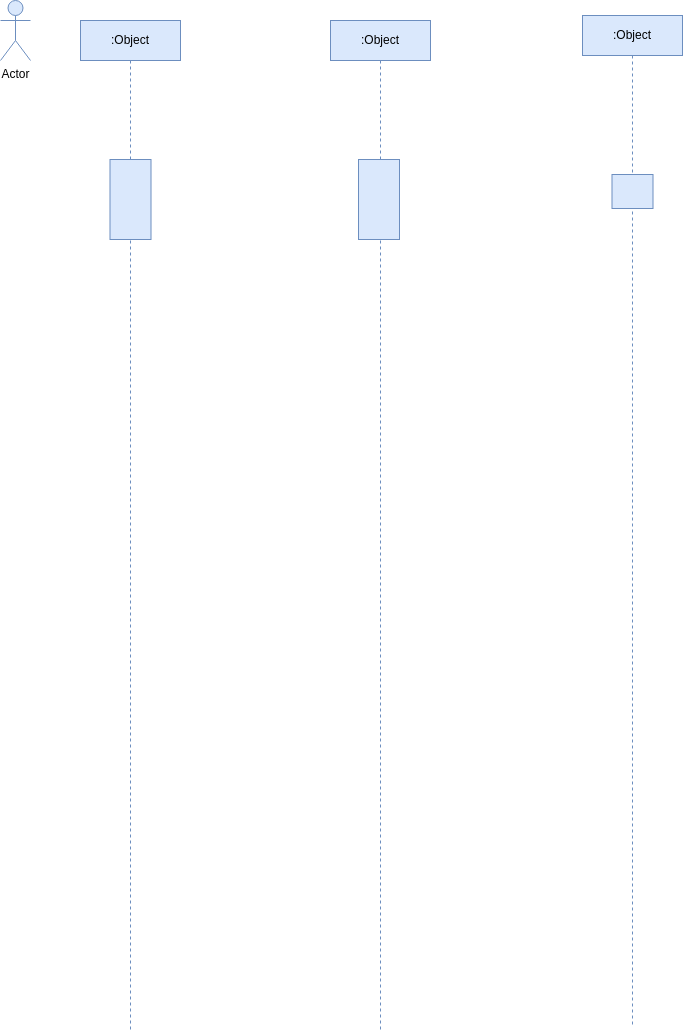
Earlier version of the draw.io export Casos de secuencia/Tarea1/Secuencia.drawio.png (JVC0/ETS). Source tidied: cells renumbered, new cells last; positions are measured from the earlier drawing's top-left corner, leaving out a move shared by most shapes. The source it was exported from:
```xml
<mxGraphModel background="#FFFFFF">
  <root>
    <mxCell id="0" />
    <mxCell id="1" parent="0" />
    <mxCell id="2" value="Actor" style="shape=umlActor;verticalLabelPosition=bottom;verticalAlign=top;html=1;fillColor=#dae8fc;strokeColor=#6c8ebf;labelBackgroundColor=none;fontColor=#000000;" parent="1" vertex="1">
      <mxGeometry width="30" height="60" as="geometry" />
    </mxCell>
    <mxCell id="3" value=":Object" style="shape=umlLifeline;perimeter=lifelinePerimeter;whiteSpace=wrap;html=1;outlineConnect=0;fillColor=#dae8fc;strokeColor=#6c8ebf;labelBackgroundColor=none;fontColor=#000000;" parent="1" vertex="1">
      <mxGeometry x="80" y="20" width="100" height="1010" as="geometry" />
    </mxCell>
    <mxCell id="4" style="html=1;points=[];perimeter=orthogonalPerimeter;labelBackgroundColor=none;fillColor=#dae8fc;strokeColor=#6c8ebf;" parent="3" vertex="1">
      <mxGeometry x="29.5" y="139" width="41" height="80" as="geometry" />
    </mxCell>
    <mxCell id="5" value=":Object" style="shape=umlLifeline;perimeter=lifelinePerimeter;whiteSpace=wrap;html=1;fillColor=#dae8fc;strokeColor=#6c8ebf;labelBackgroundColor=none;fontColor=#000000;" parent="1" vertex="1">
      <mxGeometry x="330" y="20" width="100" height="1010" as="geometry" />
    </mxCell>
    <mxCell id="6" style="html=1;points=[];perimeter=orthogonalPerimeter;labelBackgroundColor=none;fillColor=#dae8fc;strokeColor=#6c8ebf;" parent="5" vertex="1">
      <mxGeometry x="28" y="139" width="41" height="80" as="geometry" />
    </mxCell>
    <mxCell id="7" value=":Object" style="shape=umlLifeline;perimeter=lifelinePerimeter;whiteSpace=wrap;html=1;fillColor=#dae8fc;strokeColor=#6c8ebf;labelBackgroundColor=none;fontColor=#000000;" parent="1" vertex="1">
      <mxGeometry x="582" y="15" width="100" height="1010" as="geometry" />
    </mxCell>
    <mxCell id="8" style="html=1;perimeter=orthogonalPerimeter;labelBackgroundColor=none;fillColor=#dae8fc;strokeColor=#6c8ebf;" parent="7" vertex="1">
      <mxGeometry x="29.5" y="159" width="41" height="34" as="geometry" />
    </mxCell>
  </root>
</mxGraphModel>
```
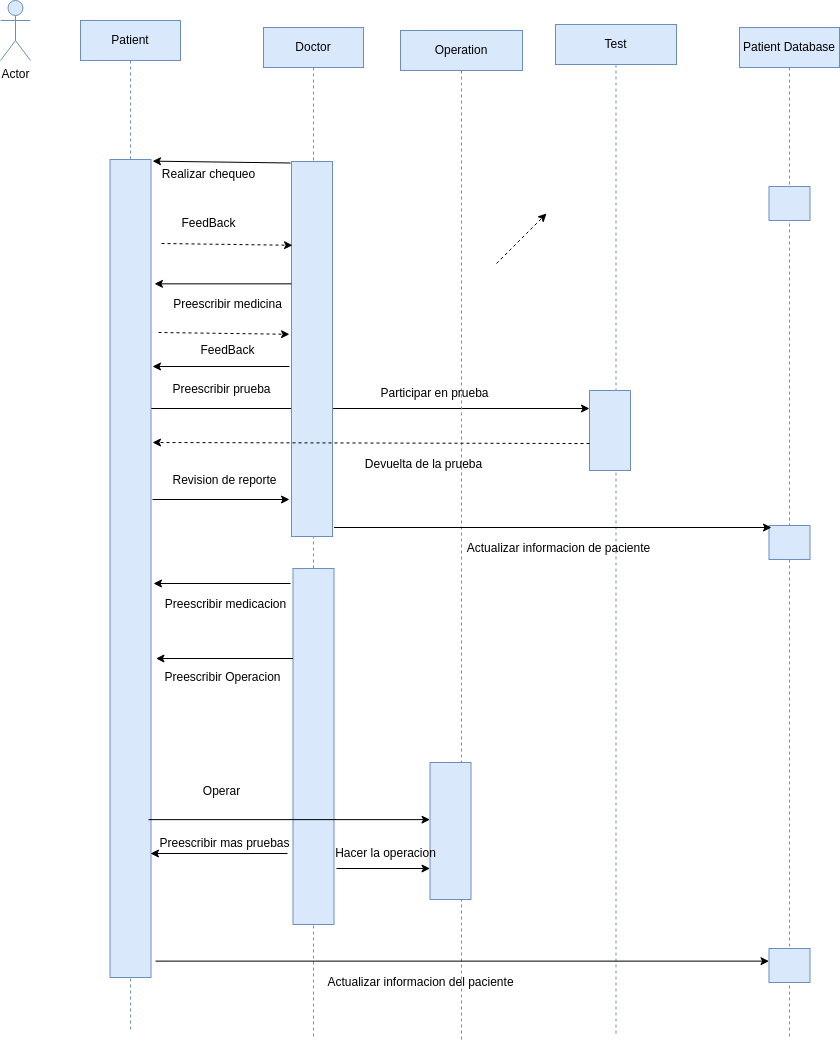
The same file after the commit.

Change to the diagram source:
```diff
@@ -2,26 +2,172 @@
   <root>
     <mxCell id="0" />
     <mxCell id="1" parent="0" />
+    <mxCell id="9" style="endArrow=classic;html=1;entryX=0;entryY=0.225;entryDx=0;entryDy=0;entryPerimeter=0;" parent="1" edge="1" source="3" target="16">
+      <mxGeometry relative="1" as="geometry" />
+    </mxCell>
     <mxCell id="2" value="Actor" style="shape=umlActor;verticalLabelPosition=bottom;verticalAlign=top;html=1;fillColor=#dae8fc;strokeColor=#6c8ebf;labelBackgroundColor=none;fontColor=#000000;" parent="1" vertex="1">
       <mxGeometry width="30" height="60" as="geometry" />
     </mxCell>
+    <mxCell id="5" value="Doctor" style="shape=umlLifeline;perimeter=lifelinePerimeter;whiteSpace=wrap;html=1;fillColor=#dae8fc;strokeColor=#6c8ebf;labelBackgroundColor=none;fontColor=#000000;" parent="1" vertex="1">
+      <mxGeometry x="263" y="27" width="100" height="1010" as="geometry" />
+    </mxCell>
+    <mxCell id="6" style="html=1;points=[];perimeter=orthogonalPerimeter;labelBackgroundColor=none;fillColor=#dae8fc;strokeColor=#6c8ebf;" parent="5" vertex="1">
+      <mxGeometry x="28" y="134" width="41" height="375" as="geometry" />
+    </mxCell>
+    <mxCell id="10" style="html=1;perimeter=orthogonalPerimeter;labelBackgroundColor=none;fillColor=#dae8fc;strokeColor=#6c8ebf;" parent="5" vertex="1">
+      <mxGeometry x="29.5" y="541" width="41" height="356" as="geometry" />
+    </mxCell>
+    <mxCell id="11" style="endArrow=classic;html=1;dashed=1;exitX=1.134;exitY=0.06;exitDx=0;exitDy=0;exitPerimeter=0;entryX=-0.098;entryY=0.179;entryDx=0;entryDy=0;entryPerimeter=0;" parent="5" edge="1">
+      <mxGeometry relative="1" as="geometry">
+        <mxPoint x="-105" y="305" as="sourcePoint" />
+        <mxPoint x="26" y="306.8" as="targetPoint" />
+      </mxGeometry>
+    </mxCell>
+    <mxCell id="12" style="endArrow=classic;html=1;entryX=1.085;entryY=0.152;entryDx=0;entryDy=0;entryPerimeter=0;endFill=1;startArrow=none;startFill=0;" parent="5" edge="1">
+      <mxGeometry relative="1" as="geometry">
+        <mxPoint x="29.5" y="631" as="sourcePoint" />
+        <mxPoint x="-107.5" y="631" as="targetPoint" />
+      </mxGeometry>
+    </mxCell>
-    <mxCell id="3" value=":Object" style="shape=umlLifeline;perimeter=lifelinePerimeter;whiteSpace=wrap;html=1;outlineConnect=0;fillColor=#dae8fc;strokeColor=#6c8ebf;labelBackgroundColor=none;fontColor=#000000;" parent="1" vertex="1">
+    <mxCell id="3" value="Patient" style="shape=umlLifeline;perimeter=lifelinePerimeter;whiteSpace=wrap;html=1;outlineConnect=0;fillColor=#dae8fc;strokeColor=#6c8ebf;labelBackgroundColor=none;fontColor=#000000;" parent="1" vertex="1">
       <mxGeometry x="80" y="20" width="100" height="1010" as="geometry" />
     </mxCell>
     <mxCell id="4" style="html=1;points=[];perimeter=orthogonalPerimeter;labelBackgroundColor=none;fillColor=#dae8fc;strokeColor=#6c8ebf;" parent="3" vertex="1">
-      <mxGeometry x="29.5" y="139" width="41" height="80" as="geometry" />
+      <mxGeometry x="29.5" y="139" width="41" height="818" as="geometry" />
     </mxCell>
-    <mxCell id="5" value=":Object" style="shape=umlLifeline;perimeter=lifelinePerimeter;whiteSpace=wrap;html=1;fillColor=#dae8fc;strokeColor=#6c8ebf;labelBackgroundColor=none;fontColor=#000000;" parent="1" vertex="1">
-      <mxGeometry x="330" y="20" width="100" height="1010" as="geometry" />
-    </mxCell>
-    <mxCell id="6" style="html=1;points=[];perimeter=orthogonalPerimeter;labelBackgroundColor=none;fillColor=#dae8fc;strokeColor=#6c8ebf;" parent="5" vertex="1">
-      <mxGeometry x="28" y="139" width="41" height="80" as="geometry" />
-    </mxCell>
-    <mxCell id="7" value=":Object" style="shape=umlLifeline;perimeter=lifelinePerimeter;whiteSpace=wrap;html=1;fillColor=#dae8fc;strokeColor=#6c8ebf;labelBackgroundColor=none;fontColor=#000000;" parent="1" vertex="1">
-      <mxGeometry x="582" y="15" width="100" height="1010" as="geometry" />
+    <mxCell id="7" value="Patient Database" style="shape=umlLifeline;perimeter=lifelinePerimeter;whiteSpace=wrap;html=1;fillColor=#dae8fc;strokeColor=#6c8ebf;labelBackgroundColor=none;fontColor=#000000;" parent="1" vertex="1">
+      <mxGeometry x="739" y="27" width="100" height="1010" as="geometry" />
     </mxCell>
     <mxCell id="8" style="html=1;perimeter=orthogonalPerimeter;labelBackgroundColor=none;fillColor=#dae8fc;strokeColor=#6c8ebf;" parent="7" vertex="1">
       <mxGeometry x="29.5" y="159" width="41" height="34" as="geometry" />
     </mxCell>
+    <mxCell id="13" style="html=1;perimeter=orthogonalPerimeter;labelBackgroundColor=none;fillColor=#dae8fc;strokeColor=#6c8ebf;" parent="7" vertex="1">
+      <mxGeometry x="29.5" y="498" width="41" height="34" as="geometry" />
+    </mxCell>
+    <mxCell id="14" style="html=1;points=[];perimeter=orthogonalPerimeter;labelBackgroundColor=none;fillColor=#dae8fc;strokeColor=#6c8ebf;" parent="7" vertex="1">
+      <mxGeometry x="29.5" y="921" width="41" height="34" as="geometry" />
+    </mxCell>
+    <mxCell id="15" value="Test" style="shape=umlLifeline;perimeter=lifelinePerimeter;whiteSpace=wrap;html=1;fillColor=#dae8fc;strokeColor=#6c8ebf;labelBackgroundColor=none;fontColor=#000000;" parent="1" vertex="1">
+      <mxGeometry x="555" y="24" width="121" height="1010" as="geometry" />
+    </mxCell>
+    <mxCell id="16" style="html=1;points=[];perimeter=orthogonalPerimeter;labelBackgroundColor=none;fillColor=#dae8fc;strokeColor=#6c8ebf;" parent="15" vertex="1">
+      <mxGeometry x="34" y="366" width="41" height="80" as="geometry" />
+    </mxCell>
+    <mxCell id="17" value="Operation" style="shape=umlLifeline;perimeter=lifelinePerimeter;whiteSpace=wrap;html=1;fillColor=#dae8fc;strokeColor=#6c8ebf;labelBackgroundColor=none;fontColor=#000000;" parent="1" vertex="1">
+      <mxGeometry x="400" y="30" width="122" height="1010" as="geometry" />
+    </mxCell>
+    <mxCell id="18" style="html=1;points=[];perimeter=orthogonalPerimeter;labelBackgroundColor=none;fillColor=#dae8fc;strokeColor=#6c8ebf;" parent="17" vertex="1">
+      <mxGeometry x="29.5" y="732" width="41" height="137" as="geometry" />
+    </mxCell>
+    <mxCell id="19" value="Participar en prueba&lt;br&gt;" style="text;html=1;align=center;verticalAlign=middle;strokeColor=none;fillColor=none;" parent="17" vertex="1">
+      <mxGeometry x="-29" y="350" width="126" height="26" as="geometry" />
+    </mxCell>
+    <mxCell id="20" value="Devuelta de la prueba" style="text;html=1;align=center;verticalAlign=middle;strokeColor=none;fillColor=none;" parent="17" vertex="1">
+      <mxGeometry x="-45" y="421" width="135" height="26" as="geometry" />
+    </mxCell>
+    <mxCell id="21" style="endArrow=none;html=1;entryX=1.085;entryY=0.152;entryDx=0;entryDy=0;entryPerimeter=0;endFill=0;startArrow=classic;startFill=1;" parent="17" edge="1">
+      <mxGeometry relative="1" as="geometry">
+        <mxPoint x="371" y="497" as="sourcePoint" />
+        <mxPoint x="-66.5" y="497" as="targetPoint" />
+      </mxGeometry>
+    </mxCell>
+    <mxCell id="22" style="endArrow=none;html=1;entryX=1.085;entryY=0.152;entryDx=0;entryDy=0;entryPerimeter=0;endFill=0;startArrow=classic;startFill=1;" parent="17" edge="1" source="18">
+      <mxGeometry relative="1" as="geometry">
+        <mxPoint x="-64" y="838" as="targetPoint" />
+      </mxGeometry>
+    </mxCell>
+    <mxCell id="23" value="Actualizar informacion del paciente" style="text;html=1;align=center;verticalAlign=middle;strokeColor=none;fillColor=none;" parent="17" vertex="1">
+      <mxGeometry x="-82" y="939" width="204" height="26" as="geometry" />
+    </mxCell>
+    <mxCell id="24" style="endArrow=classic;html=1;entryX=1.085;entryY=0.152;entryDx=0;entryDy=0;entryPerimeter=0;" parent="1" edge="1" source="6" target="4">
+      <mxGeometry relative="1" as="geometry" />
+    </mxCell>
+    <mxCell id="25" style="endArrow=classic;html=1;dashed=1;" parent="1" edge="1">
+      <mxGeometry relative="1" as="geometry">
+        <mxPoint x="496" y="263" as="sourcePoint" />
+        <mxPoint x="546" y="213" as="targetPoint" />
+      </mxGeometry>
+    </mxCell>
+    <mxCell id="26" style="endArrow=classic;html=1;exitX=-0.024;exitY=0.004;exitDx=0;exitDy=0;exitPerimeter=0;entryX=1.037;entryY=0.002;entryDx=0;entryDy=0;entryPerimeter=0;" parent="1" edge="1" source="6" target="4">
+      <mxGeometry relative="1" as="geometry" />
+    </mxCell>
+    <mxCell id="27" value="Realizar chequeo" style="text;html=1;align=center;verticalAlign=middle;strokeColor=none;fillColor=none;" parent="1" vertex="1">
+      <mxGeometry x="152" y="161" width="111" height="26" as="geometry" />
+    </mxCell>
+    <mxCell id="28" value="FeedBack&lt;br&gt;" style="text;html=1;align=center;verticalAlign=middle;strokeColor=none;fillColor=none;" parent="1" vertex="1">
+      <mxGeometry x="171.5" y="210" width="72" height="26" as="geometry" />
+    </mxCell>
+    <mxCell id="29" value="Preescribir medicina" style="text;html=1;align=center;verticalAlign=middle;strokeColor=none;fillColor=none;" parent="1" vertex="1">
+      <mxGeometry x="163" y="291" width="127" height="26" as="geometry" />
+    </mxCell>
+    <mxCell id="30" value="FeedBack&lt;br&gt;" style="text;html=1;align=center;verticalAlign=middle;strokeColor=none;fillColor=none;" parent="1" vertex="1">
+      <mxGeometry x="190.5" y="337" width="72" height="26" as="geometry" />
+    </mxCell>
+    <mxCell id="31" style="endArrow=classic;html=1;entryX=1.085;entryY=0.152;entryDx=0;entryDy=0;entryPerimeter=0;" parent="1" edge="1">
+      <mxGeometry relative="1" as="geometry">
+        <mxPoint x="289" y="366" as="sourcePoint" />
+        <mxPoint x="152" y="366" as="targetPoint" />
+      </mxGeometry>
+    </mxCell>
+    <mxCell id="32" value="Preescribir prueba" style="text;html=1;align=center;verticalAlign=middle;strokeColor=none;fillColor=none;" parent="1" vertex="1">
+      <mxGeometry x="163" y="376" width="116" height="26" as="geometry" />
+    </mxCell>
+    <mxCell id="33" style="endArrow=classic;html=1;dashed=1;exitX=0;exitY=0.663;exitDx=0;exitDy=0;exitPerimeter=0;entryX=1.037;entryY=0.346;entryDx=0;entryDy=0;entryPerimeter=0;" parent="1" edge="1" source="16" target="4">
+      <mxGeometry relative="1" as="geometry" />
+    </mxCell>
+    <mxCell id="34" style="endArrow=classic;html=1;entryX=1.085;entryY=0.152;entryDx=0;entryDy=0;entryPerimeter=0;endFill=1;startArrow=none;startFill=0;" parent="1" edge="1">
+      <mxGeometry relative="1" as="geometry">
+        <mxPoint x="290" y="583" as="sourcePoint" />
+        <mxPoint x="153" y="583" as="targetPoint" />
+      </mxGeometry>
+    </mxCell>
+    <mxCell id="35" value="Revision de reporte" style="text;html=1;align=center;verticalAlign=middle;strokeColor=none;fillColor=none;" parent="1" vertex="1">
+      <mxGeometry x="163" y="467" width="122" height="26" as="geometry" />
+    </mxCell>
+    <mxCell id="36" style="endArrow=classic;html=1;dashed=1;exitX=1.134;exitY=0.06;exitDx=0;exitDy=0;exitPerimeter=0;entryX=-0.098;entryY=0.179;entryDx=0;entryDy=0;entryPerimeter=0;" parent="1" edge="1">
+      <mxGeometry relative="1" as="geometry">
+        <mxPoint x="161" y="243" as="sourcePoint" />
+        <mxPoint x="292" y="244.8" as="targetPoint" />
+      </mxGeometry>
+    </mxCell>
+    <mxCell id="37" value="Actualizar informacion de paciente" style="text;html=1;align=center;verticalAlign=middle;strokeColor=none;fillColor=none;" parent="1" vertex="1">
+      <mxGeometry x="457" y="535" width="201" height="26" as="geometry" />
+    </mxCell>
+    <mxCell id="38" style="endArrow=none;html=1;entryX=1.085;entryY=0.152;entryDx=0;entryDy=0;entryPerimeter=0;endFill=0;startArrow=classic;startFill=1;" parent="1" edge="1">
+      <mxGeometry relative="1" as="geometry">
+        <mxPoint x="289" y="499" as="sourcePoint" />
+        <mxPoint x="152" y="499" as="targetPoint" />
+      </mxGeometry>
+    </mxCell>
+    <mxCell id="39" value="Preescribir medicacion" style="text;html=1;align=center;verticalAlign=middle;strokeColor=none;fillColor=none;" parent="1" vertex="1">
+      <mxGeometry x="155" y="591" width="139" height="26" as="geometry" />
+    </mxCell>
+    <mxCell id="40" value="Preescribir Operacion" style="text;html=1;align=center;verticalAlign=middle;strokeColor=none;fillColor=none;" parent="1" vertex="1">
+      <mxGeometry x="155" y="664" width="134" height="26" as="geometry" />
+    </mxCell>
+    <mxCell id="41" value="Operar" style="text;html=1;align=center;verticalAlign=middle;strokeColor=none;fillColor=none;" parent="1" vertex="1">
+      <mxGeometry x="193" y="778" width="55" height="26" as="geometry" />
+    </mxCell>
+    <mxCell id="42" value="&lt;span style=&quot;color: rgba(0, 0, 0, 0); font-family: monospace; font-size: 0px; text-align: start;&quot;&gt;%3CmxGraphModel%3E%3Croot%3E%3CmxCell%20id%3D%220%22%2F%3E%3CmxCell%20id%3D%221%22%20parent%3D%220%22%2F%3E%3CmxCell%20id%3D%222%22%20value%3D%22Preescribir%20medicacion%22%20style%3D%22text%3Bhtml%3D1%3Balign%3Dcenter%3BverticalAlign%3Dmiddle%3Bresizable%3D0%3Bpoints%3D%5B%5D%3Bautosize%3D1%3BstrokeColor%3Dnone%3BfillColor%3Dnone%3B%22%20vertex%3D%221%22%20parent%3D%221%22%3E%3CmxGeometry%20x%3D%22195%22%20y%3D%22611%22%20width%3D%22139%22%20height%3D%2226%22%20as%3D%22geometry%22%2F%3E%3C%2FmxCell%3E%3C%2Froot%3E%3C%2FmxGraphModel%3E&lt;/span&gt;" style="text;html=1;align=center;verticalAlign=middle;strokeColor=none;fillColor=none;" parent="1" vertex="1">
+      <mxGeometry x="195" y="817" width="18" height="26" as="geometry" />
+    </mxCell>
+    <mxCell id="43" value="Preescribir mas pruebas" style="text;html=1;align=center;verticalAlign=middle;strokeColor=none;fillColor=none;" parent="1" vertex="1">
+      <mxGeometry x="150" y="830" width="148" height="26" as="geometry" />
+    </mxCell>
+    <mxCell id="44" value="Hacer la operacion" style="text;html=1;align=center;verticalAlign=middle;strokeColor=none;fillColor=none;" parent="1" vertex="1">
+      <mxGeometry x="325" y="840" width="119" height="26" as="geometry" />
+    </mxCell>
+    <mxCell id="45" style="endArrow=classic;html=1;entryX=1.085;entryY=0.152;entryDx=0;entryDy=0;entryPerimeter=0;endFill=1;startArrow=none;startFill=0;" parent="1" edge="1">
+      <mxGeometry relative="1" as="geometry">
+        <mxPoint x="287" y="853" as="sourcePoint" />
+        <mxPoint x="150" y="853" as="targetPoint" />
+      </mxGeometry>
+    </mxCell>
+    <mxCell id="46" style="endArrow=classic;html=1;exitX=0.939;exitY=0.807;exitDx=0;exitDy=0;exitPerimeter=0;" parent="1" edge="1" source="4" target="18">
+      <mxGeometry relative="1" as="geometry" />
+    </mxCell>
+    <mxCell id="47" style="endArrow=classic;html=1;exitX=1.11;exitY=0.98;exitDx=0;exitDy=0;exitPerimeter=0;" parent="1" edge="1" source="4" target="14">
+      <mxGeometry relative="1" as="geometry" />
+    </mxCell>
   </root>
 </mxGraphModel>
```
